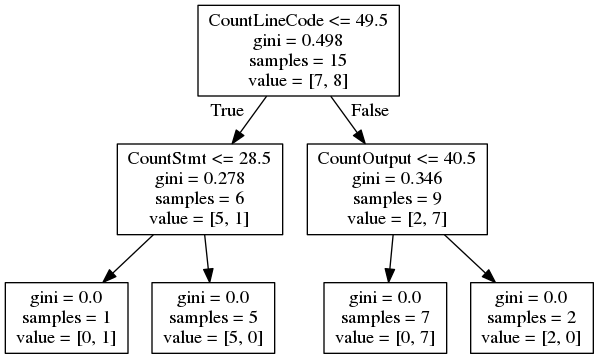
Earlier version of the Graphviz export dt.png (r4phael/ml-from-scratch). Its source is kept beside it as dt.dot. The source it was exported from:
```dot
digraph Tree {
node [shape=box] ;
0 [label="CountLineCode <= 49.5\ngini = 0.498\nsamples = 15\nvalue = [7, 8]"] ;
1 [label="CountStmt <= 28.5\ngini = 0.278\nsamples = 6\nvalue = [5, 1]"] ;
0 -> 1 [labeldistance=2.5, labelangle=45, headlabel="True"] ;
2 [label="gini = 0.0\nsamples = 1\nvalue = [0, 1]"] ;
1 -> 2 ;
3 [label="gini = 0.0\nsamples = 5\nvalue = [5, 0]"] ;
1 -> 3 ;
4 [label="CountOutput <= 40.5\ngini = 0.346\nsamples = 9\nvalue = [2, 7]"] ;
0 -> 4 [labeldistance=2.5, labelangle=-45, headlabel="False"] ;
5 [label="gini = 0.0\nsamples = 7\nvalue = [0, 7]"] ;
4 -> 5 ;
6 [label="gini = 0.0\nsamples = 2\nvalue = [2, 0]"] ;
4 -> 6 ;
}
```
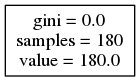
Above is the later version.

What changed in the source:
```diff
@@ -1,16 +1,4 @@
 digraph Tree {
 node [shape=box] ;
-0 [label="CountLineCode <= 49.5\ngini = 0.498\nsamples = 15\nvalue = [7, 8]"] ;
-1 [label="CountStmt <= 28.5\ngini = 0.278\nsamples = 6\nvalue = [5, 1]"] ;
-0 -> 1 [labeldistance=2.5, labelangle=45, headlabel="True"] ;
-2 [label="gini = 0.0\nsamples = 1\nvalue = [0, 1]"] ;
-1 -> 2 ;
-3 [label="gini = 0.0\nsamples = 5\nvalue = [5, 0]"] ;
-1 -> 3 ;
-4 [label="CountOutput <= 40.5\ngini = 0.346\nsamples = 9\nvalue = [2, 7]"] ;
-0 -> 4 [labeldistance=2.5, labelangle=-45, headlabel="False"] ;
-5 [label="gini = 0.0\nsamples = 7\nvalue = [0, 7]"] ;
-4 -> 5 ;
-6 [label="gini = 0.0\nsamples = 2\nvalue = [2, 0]"] ;
-4 -> 6 ;
+0 [label="gini = 0.0\nsamples = 180\nvalue = 180.0"] ;
 }
```
